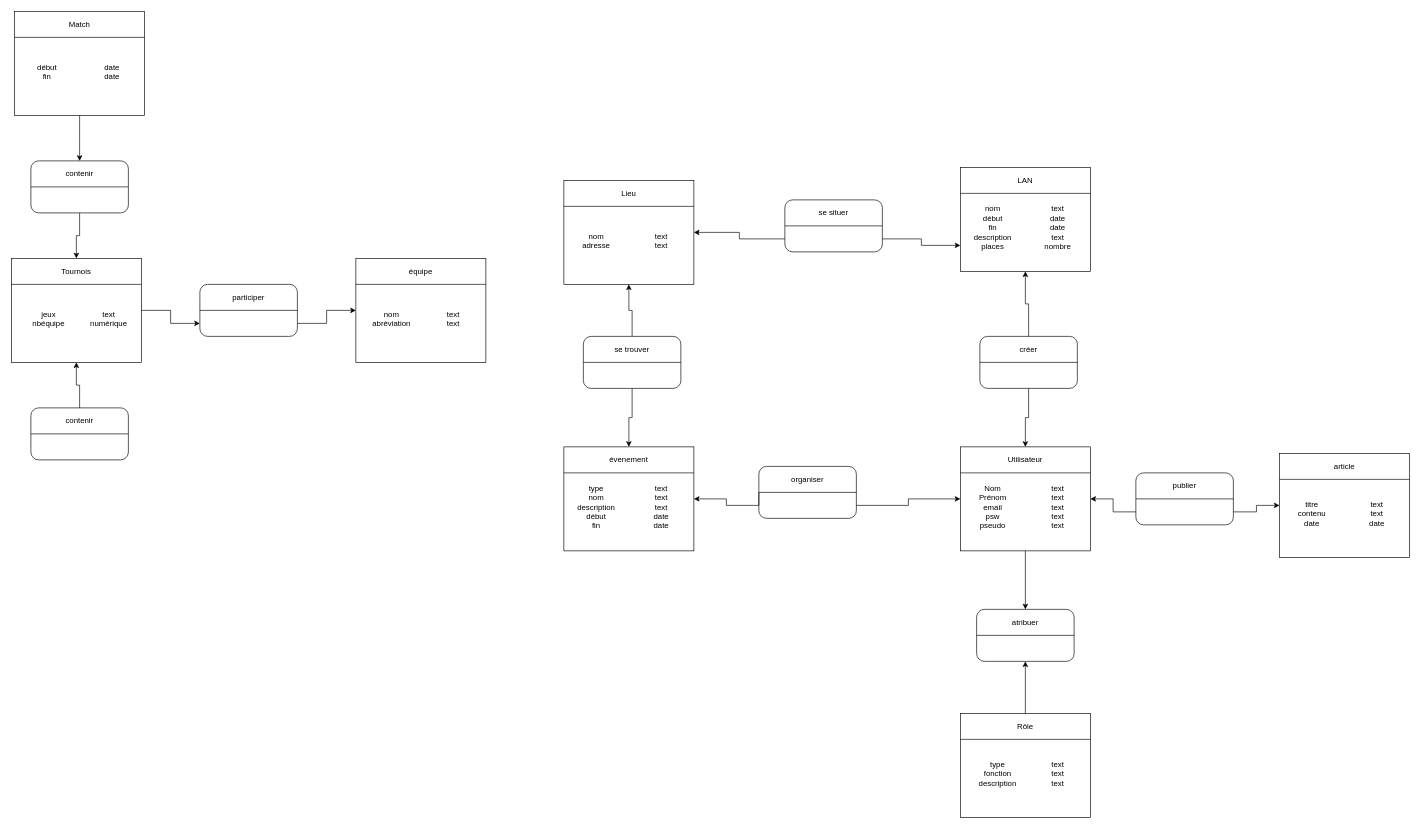
Before: DOC/ProjetWebDBMCD.drawio in yovatar/E-LAN, a draw.io diagram. Source tidied: cells renumbered, new cells numbered last; positions are measured from the earlier drawing's top-left corner, leaving out a move shared by most shapes. Both pictures are drawn from the tidied source at 65%, with x=0, y=0 at pixel (11, 11).
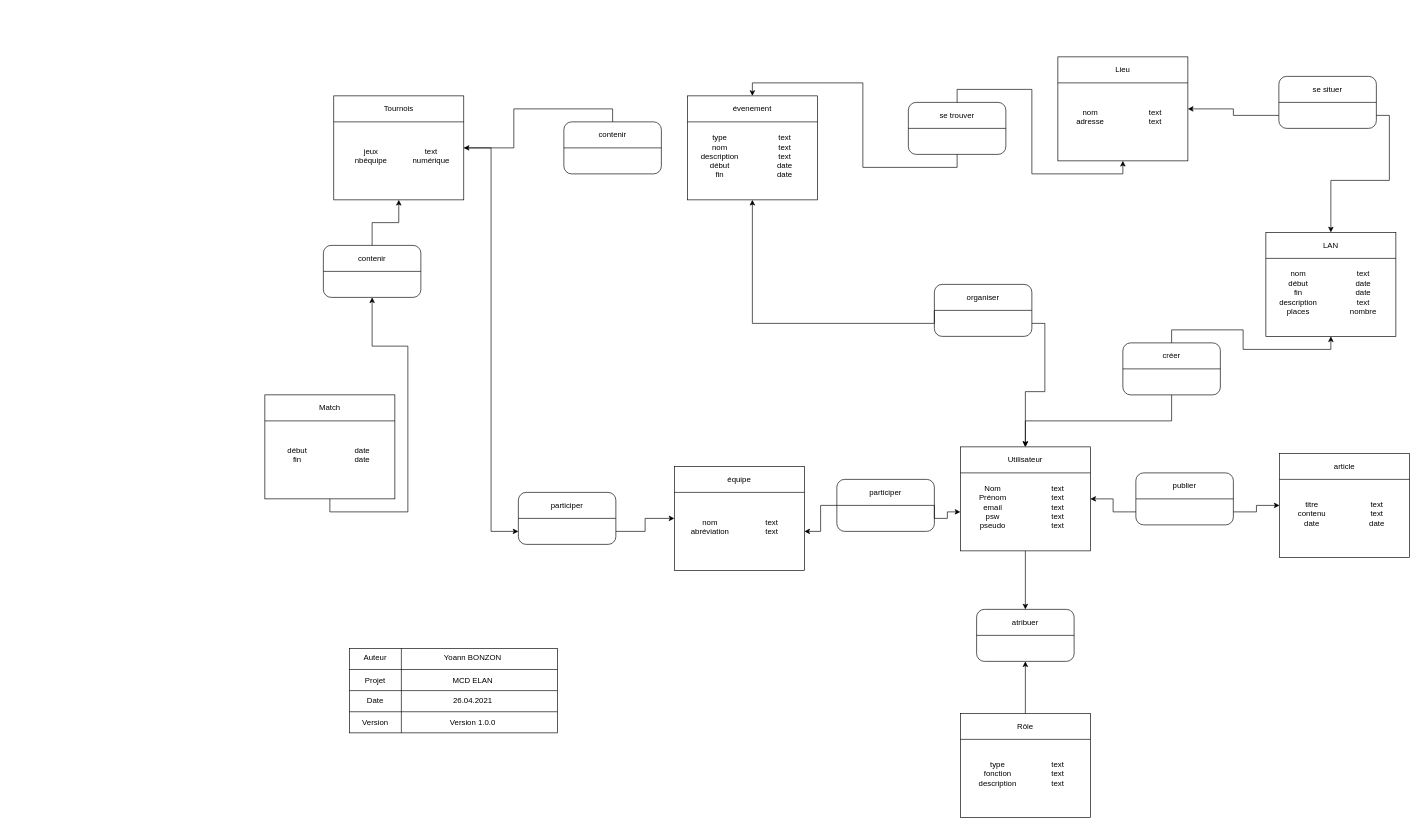
After the change.

The change refers to these unchanged cells:
```xml
<mxCell id="6" value="Nom&lt;br&gt;Prénom&lt;br&gt;email&lt;br&gt;psw&lt;br&gt;pseudo&lt;br&gt;&lt;br&gt;" style="text;html=1;strokeColor=none;fillColor=none;align=center;verticalAlign=middle;whiteSpace=wrap;rounded=0;" parent="2" vertex="1">
  <mxGeometry y="40" width="100" height="120" as="geometry" />
</mxCell>
<mxCell id="18" value="text&lt;br&gt;text&lt;br&gt;&lt;br&gt;" style="text;html=1;strokeColor=none;fillColor=none;align=center;verticalAlign=middle;whiteSpace=wrap;rounded=0;" parent="13" vertex="1">
  <mxGeometry x="100" y="40" width="100" height="120" as="geometry" />
</mxCell>
<mxCell id="34" value="Tournois" style="text;html=1;strokeColor=none;fillColor=none;align=center;verticalAlign=middle;whiteSpace=wrap;rounded=0;" parent="31" vertex="1">
  <mxGeometry width="200" height="40" as="geometry" />
</mxCell>
<mxCell id="36" value="text&lt;br&gt;numérique&lt;br&gt;&lt;br&gt;" style="text;html=1;strokeColor=none;fillColor=none;align=center;verticalAlign=middle;whiteSpace=wrap;rounded=0;" parent="31" vertex="1">
  <mxGeometry x="100" y="40" width="100" height="120" as="geometry" />
</mxCell>
<mxCell id="38" style="rounded=0;whiteSpace=wrap;html=1;" parent="37" vertex="1">
  <mxGeometry width="200" height="160" as="geometry" />
</mxCell>
<mxCell id="40" value="LAN" style="text;html=1;strokeColor=none;fillColor=none;align=center;verticalAlign=middle;whiteSpace=wrap;rounded=0;" parent="37" vertex="1">
  <mxGeometry width="200" height="40" as="geometry" />
</mxCell>
<mxCell id="50" style="rounded=0;whiteSpace=wrap;html=1;" parent="49" vertex="1">
  <mxGeometry width="200" height="160" as="geometry" />
</mxCell>
<mxCell id="88" style="rounded=1;whiteSpace=wrap;html=1;" parent="87" vertex="1">
  <mxGeometry width="150" height="80" as="geometry" />
</mxCell>
<mxCell id="94" style="rounded=1;whiteSpace=wrap;html=1;" parent="93" vertex="1">
  <mxGeometry width="150" height="80" as="geometry" />
</mxCell>
```

Change to the diagram source:
```diff
@@
     <mxCell id="8" style="group;" parent="1" vertex="1">
-      <mxGeometry x="850" y="260" width="200" height="160" as="geometry" />
+      <mxGeometry x="1610" y="70" width="200" height="160" as="geometry" />
     </mxCell>
@@
     <mxCell id="13" style="group;" parent="1" vertex="1">
-      <mxGeometry x="530" y="380" width="200" height="160" as="geometry" />
+      <mxGeometry x="1020" y="700" width="200" height="160" as="geometry" />
     </mxCell>
@@
     <mxCell id="19" style="group;" parent="1" vertex="1">
-      <mxGeometry x="850" y="670" width="200" height="160" as="geometry" />
+      <mxGeometry x="1040" y="130" width="200" height="160" as="geometry" />
     </mxCell>
@@
     <mxCell id="31" style="group;" parent="1" vertex="1">
-      <mxGeometry y="380" width="200" height="160" as="geometry" />
+      <mxGeometry x="496" y="130" width="200" height="160" as="geometry" />
     </mxCell>
@@
     <mxCell id="37" style="group;" parent="1" vertex="1">
-      <mxGeometry x="1460" y="240" width="200" height="160" as="geometry" />
+      <mxGeometry x="1930" y="340" width="200" height="160" as="geometry" />
     </mxCell>
@@
     <mxCell id="49" style="group;" parent="1" vertex="1">
-      <mxGeometry x="5" width="200" height="160" as="geometry" />
+      <mxGeometry x="390" y="590" width="200" height="160" as="geometry" />
     </mxCell>
@@
     <mxCell id="61" style="group;" parent="1" vertex="1">
-      <mxGeometry x="1150" y="700" width="150" height="80" as="geometry" />
+      <mxGeometry x="1420" y="420" width="150" height="80" as="geometry" />
     </mxCell>
@@
     <mxCell id="67" style="group;" parent="1" vertex="1">
-      <mxGeometry x="1490" y="500" width="150" height="80" as="geometry" />
+      <mxGeometry x="1710" y="510" width="150" height="80" as="geometry" />
     </mxCell>
@@
     <mxCell id="73" style="group;" parent="1" vertex="1">
-      <mxGeometry x="880" y="500" width="150" height="80" as="geometry" />
+      <mxGeometry x="1380" y="140" width="150" height="80" as="geometry" />
     </mxCell>
@@
     <mxCell id="76" style="group;" parent="1" vertex="1">
-      <mxGeometry x="30" y="610" width="150" height="80" as="geometry" />
+      <mxGeometry x="850" y="170" width="150" height="80" as="geometry" />
     </mxCell>
@@
     <mxCell id="81" style="group;" parent="1" vertex="1">
-      <mxGeometry x="290" y="420" width="150" height="80" as="geometry" />
+      <mxGeometry x="780" y="740" width="150" height="80" as="geometry" />
     </mxCell>
@@
     <mxCell id="87" style="group;" parent="1" vertex="1">
-      <mxGeometry x="1190" y="290" width="150" height="80" as="geometry" />
+      <mxGeometry x="1950" y="100" width="150" height="80" as="geometry" />
     </mxCell>
@@
-    <mxCell id="92" style="edgeStyle=orthogonalEdgeStyle;rounded=0;jettySize=auto;html=1;exitX=1;exitY=0.75;exitDx=0;exitDy=0;entryX=0;entryY=0.75;entryDx=0;entryDy=0;" parent="1" edge="1" source="88" target="38">
+    <mxCell id="92" style="edgeStyle=orthogonalEdgeStyle;rounded=0;jettySize=auto;html=1;exitX=1;exitY=0.75;exitDx=0;exitDy=0;entryX=0.5;entryY=0;entryDx=0;entryDy=0;" parent="1" edge="1" source="88" target="40">
       <mxGeometry relative="1" as="geometry" />
     </mxCell>
     <mxCell id="93" style="group;" parent="1" vertex="1">
-      <mxGeometry x="30" y="230" width="150" height="80" as="geometry" />
+      <mxGeometry x="480" y="360" width="150" height="80" as="geometry" />
     </mxCell>
@@
-    <mxCell id="99" style="edgeStyle=orthogonalEdgeStyle;rounded=0;jettySize=auto;html=1;exitX=0.5;exitY=1;exitDx=0;exitDy=0;" parent="1" edge="1" source="50">
-      <mxGeometry relative="1" as="geometry">
-        <mxPoint x="105" y="230" as="targetPoint" />
-      </mxGeometry>
+    <mxCell id="99" style="edgeStyle=orthogonalEdgeStyle;rounded=0;jettySize=auto;html=1;exitX=0.5;exitY=1;exitDx=0;exitDy=0;" parent="1" edge="1" source="50" target="94">
+      <mxGeometry relative="1" as="geometry" />
     </mxCell>
-    <mxCell id="100" style="edgeStyle=orthogonalEdgeStyle;rounded=0;jettySize=auto;html=1;exitX=0.5;exitY=1;exitDx=0;exitDy=0;entryX=0.5;entryY=0;entryDx=0;entryDy=0;" parent="1" edge="1" source="94" target="34">
+    <mxCell id="100" style="edgeStyle=orthogonalEdgeStyle;rounded=0;jettySize=auto;html=1;entryX=0;entryY=1;entryDx=0;entryDy=0;" parent="1" edge="1" source="94" target="36">
       <mxGeometry relative="1" as="geometry" />
     </mxCell>
@@
     <mxCell id="107" value="se trouver" style="text;html=1;strokeColor=none;fillColor=none;align=center;verticalAlign=middle;whiteSpace=wrap;rounded=0;" parent="1" vertex="1">
-      <mxGeometry x="880" y="500" width="150" height="40" as="geometry" />
+      <mxGeometry x="1380" y="140" width="150" height="40" as="geometry" />
     </mxCell>
     <mxCell id="108" value="nom&lt;br&gt;adresse&lt;br&gt;&lt;br&gt;" style="text;html=1;strokeColor=none;fillColor=none;align=center;verticalAlign=middle;whiteSpace=wrap;rounded=0;" parent="1" vertex="1">
-      <mxGeometry x="850" y="300" width="100" height="120" as="geometry" />
+      <mxGeometry x="1610" y="110" width="100" height="120" as="geometry" />
     </mxCell>
+    <mxCell id="109" style="group;" parent="1" vertex="1">
+      <mxGeometry x="1270" y="720" width="150" height="80" as="geometry" />
+    </mxCell>
+    <mxCell id="110" style="rounded=1;whiteSpace=wrap;html=1;" parent="109" vertex="1">
+      <mxGeometry width="150" height="80" as="geometry" />
+    </mxCell>
+    <mxCell id="111" style="endArrow=none;html=1;exitX=0;exitY=0.5;exitDx=0;exitDy=0;entryX=1;entryY=0.5;entryDx=0;entryDy=0;" parent="109" edge="1" source="110" target="110">
+      <mxGeometry relative="1" as="geometry" />
+    </mxCell>
+    <mxCell id="112" value="participer" style="text;html=1;strokeColor=none;fillColor=none;align=center;verticalAlign=middle;whiteSpace=wrap;rounded=0;" parent="109" vertex="1">
+      <mxGeometry width="150" height="40" as="geometry" />
+    </mxCell>
+    <mxCell id="113" style="edgeStyle=orthogonalEdgeStyle;rounded=0;jettySize=auto;html=1;exitX=0;exitY=0.5;exitDx=0;exitDy=0;" parent="1" edge="1" source="110" target="18">
+      <mxGeometry relative="1" as="geometry" />
+    </mxCell>
+    <mxCell id="114" style="edgeStyle=orthogonalEdgeStyle;rounded=0;jettySize=auto;html=1;exitX=1;exitY=1;exitDx=0;exitDy=0;" parent="1" edge="1" source="112" target="6">
+      <mxGeometry relative="1" as="geometry" />
+    </mxCell>
+    <mxCell id="115" style="group;" parent="1" vertex="1">
+      <mxGeometry x="520" y="980" width="320" height="130" as="geometry" />
+    </mxCell>
+    <mxCell id="116" style="rounded=0;whiteSpace=wrap;html=1;" parent="115" vertex="1">
+      <mxGeometry width="320" height="130" as="geometry" />
+    </mxCell>
+    <mxCell id="117" style="endArrow=none;html=1;exitX=0;exitY=0.25;exitDx=0;exitDy=0;entryX=1;entryY=0.25;entryDx=0;entryDy=0;" parent="115" edge="1" source="116" target="116">
+      <mxGeometry relative="1" as="geometry" />
+    </mxCell>
+    <mxCell id="118" style="endArrow=none;html=1;exitX=0;exitY=0.5;exitDx=0;exitDy=0;entryX=1;entryY=0.5;entryDx=0;entryDy=0;" parent="115" edge="1" source="116" target="116">
+      <mxGeometry relative="1" as="geometry" />
+    </mxCell>
+    <mxCell id="119" style="endArrow=none;html=1;exitX=0;exitY=0.75;exitDx=0;exitDy=0;entryX=1;entryY=0.75;entryDx=0;entryDy=0;" parent="115" edge="1" source="116" target="116">
+      <mxGeometry relative="1" as="geometry" />
+    </mxCell>
+    <mxCell id="120" style="endArrow=none;html=1;exitX=0.25;exitY=0;exitDx=0;exitDy=0;entryX=0.25;entryY=1;entryDx=0;entryDy=0;" parent="115" edge="1" source="116" target="116">
+      <mxGeometry relative="1" as="geometry" />
+    </mxCell>
+    <mxCell id="121" value="Auteur" style="text;html=1;strokeColor=none;fillColor=none;align=center;verticalAlign=middle;whiteSpace=wrap;rounded=0;" parent="115" vertex="1">
+      <mxGeometry width="80" height="30" as="geometry" />
+    </mxCell>
+    <mxCell id="122" value="Version" style="text;html=1;strokeColor=none;fillColor=none;align=center;verticalAlign=middle;whiteSpace=wrap;rounded=0;" parent="115" vertex="1">
+      <mxGeometry y="100" width="80" height="30" as="geometry" />
+    </mxCell>
+    <mxCell id="123" value="Date" style="text;html=1;strokeColor=none;fillColor=none;align=center;verticalAlign=middle;whiteSpace=wrap;rounded=0;" parent="115" vertex="1">
+      <mxGeometry y="60" width="80" height="40" as="geometry" />
+    </mxCell>
+    <mxCell id="124" value="Projet" style="text;html=1;strokeColor=none;fillColor=none;align=center;verticalAlign=middle;whiteSpace=wrap;rounded=0;" parent="115" vertex="1">
+      <mxGeometry y="30" width="80" height="40" as="geometry" />
+    </mxCell>
+    <mxCell id="125" value="Yoann BONZON" style="text;html=1;strokeColor=none;fillColor=none;align=center;verticalAlign=middle;whiteSpace=wrap;rounded=0;" parent="115" vertex="1">
+      <mxGeometry x="120" y="5" width="140" height="20" as="geometry" />
+    </mxCell>
+    <mxCell id="126" value="Version 1.0.0" style="text;html=1;strokeColor=none;fillColor=none;align=center;verticalAlign=middle;whiteSpace=wrap;rounded=0;" parent="115" vertex="1">
+      <mxGeometry x="120" y="105" width="140" height="20" as="geometry" />
+    </mxCell>
+    <mxCell id="127" value="26.04.2021" style="text;html=1;strokeColor=none;fillColor=none;align=center;verticalAlign=middle;whiteSpace=wrap;rounded=0;" parent="115" vertex="1">
+      <mxGeometry x="120" y="70" width="140" height="20" as="geometry" />
+    </mxCell>
+    <mxCell id="128" value="MCD ELAN" style="text;html=1;strokeColor=none;fillColor=none;align=center;verticalAlign=middle;whiteSpace=wrap;rounded=0;" parent="115" vertex="1">
+      <mxGeometry x="120" y="40" width="140" height="20" as="geometry" />
+    </mxCell>
```
